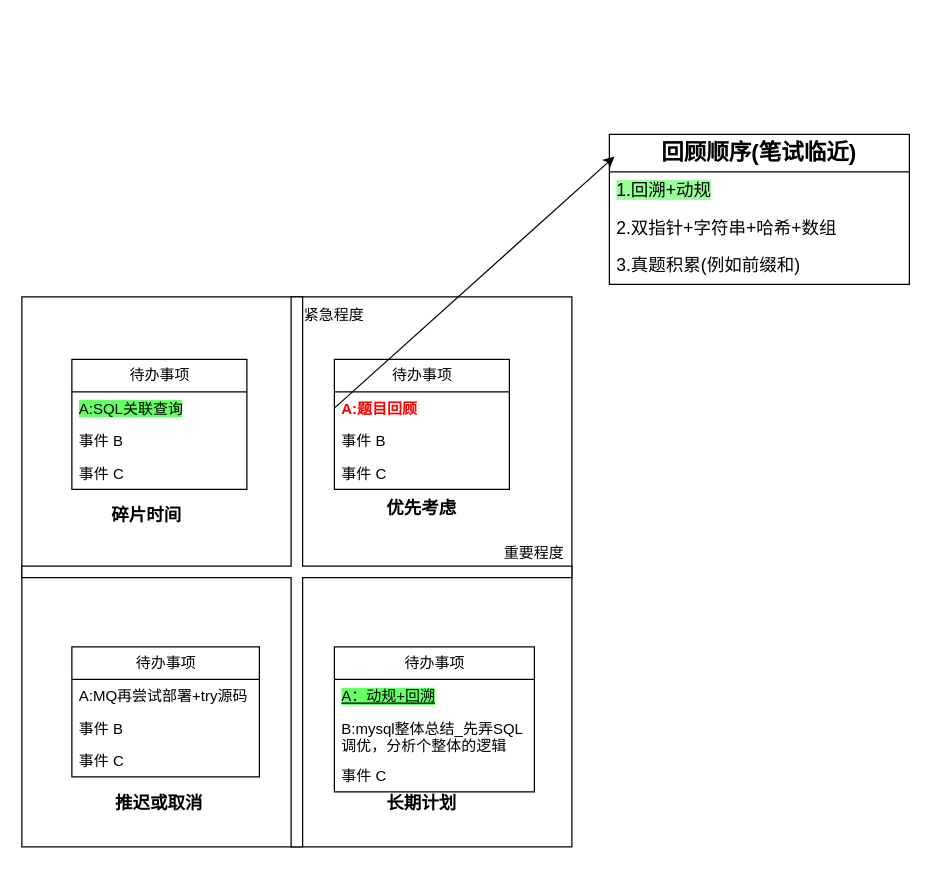
Above: 优先级象限.drawio in beyondgogogo/Graph (draw.io), before the change. Source tidied: cells renumbered, new cells numbered last; positions are measured from the earlier drawing's top-left corner, leaving out a move shared by most shapes. Both pictures are drawn from the tidied source at 125%, with x=0, y=0 at pixel (21, 134).
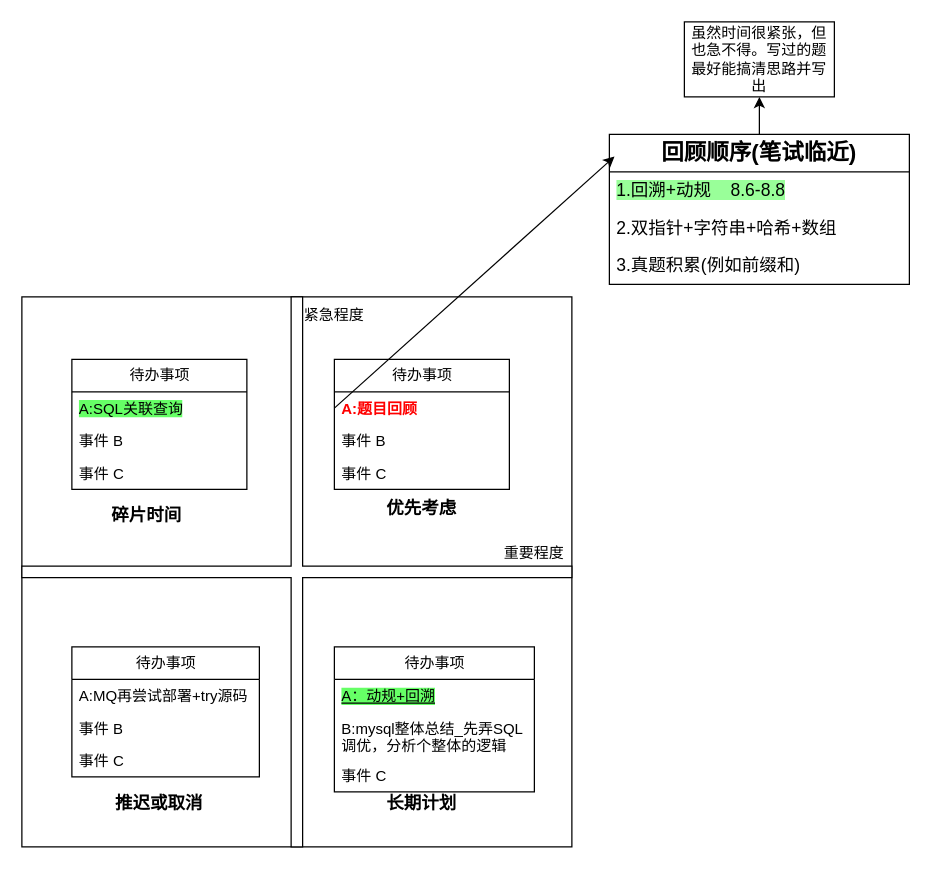
The same diagram, later.

Commit message:
更新优先级象限.drawio

The change refers to these unchanged cells:
```xml
<mxCell id="26" value="&lt;h2&gt;回顾顺序(笔试临近)&lt;/h2&gt;" style="swimlane;fontStyle=0;horizontal=1;startSize=30;whiteSpace=wrap;html=1;" parent="1" vertex="1">
  <mxGeometry x="470" width="240" height="120" as="geometry" />
</mxCell>
```

Diff of the diagram source:
```diff
@@
+    <mxCell id="31" style="edgeStyle=orthogonalEdgeStyle;rounded=0;jettySize=auto;html=1;" parent="1" edge="1" source="26" target="32">
+      <mxGeometry relative="1" as="geometry" />
+    </mxCell>
@@
-    <mxCell id="27" value="&lt;font style=&quot;font-size: 14px; background-color: rgb(153, 255, 153);&quot;&gt;1.回溯+动规&lt;/font&gt;" style="text;strokeColor=none;fillColor=none;align=left;verticalAlign=middle;spacingLeft=4;spacingRight=4;overflow=hidden;whiteSpace=wrap;html=1;" parent="26" vertex="1">
+    <mxCell id="27" value="&lt;font style=&quot;font-size: 14px; background-color: rgb(153, 255, 153);&quot;&gt;1.回溯+动规&amp;nbsp; &amp;nbsp; 8.6-8.8&lt;/font&gt;" style="text;strokeColor=none;fillColor=none;align=left;verticalAlign=middle;spacingLeft=4;spacingRight=4;overflow=hidden;whiteSpace=wrap;html=1;" parent="26" vertex="1">
       <mxGeometry y="30" width="240" height="30" as="geometry" />
     </mxCell>
@@
+    <mxCell id="32" value="虽然时间很紧张，但也急不得。写过的题最好能搞清思路并写出" style="whiteSpace=wrap;html=1;fontStyle=0;startSize=30;" parent="1" vertex="1">
+      <mxGeometry x="530" y="-90" width="120" height="60" as="geometry" />
+    </mxCell>
```
